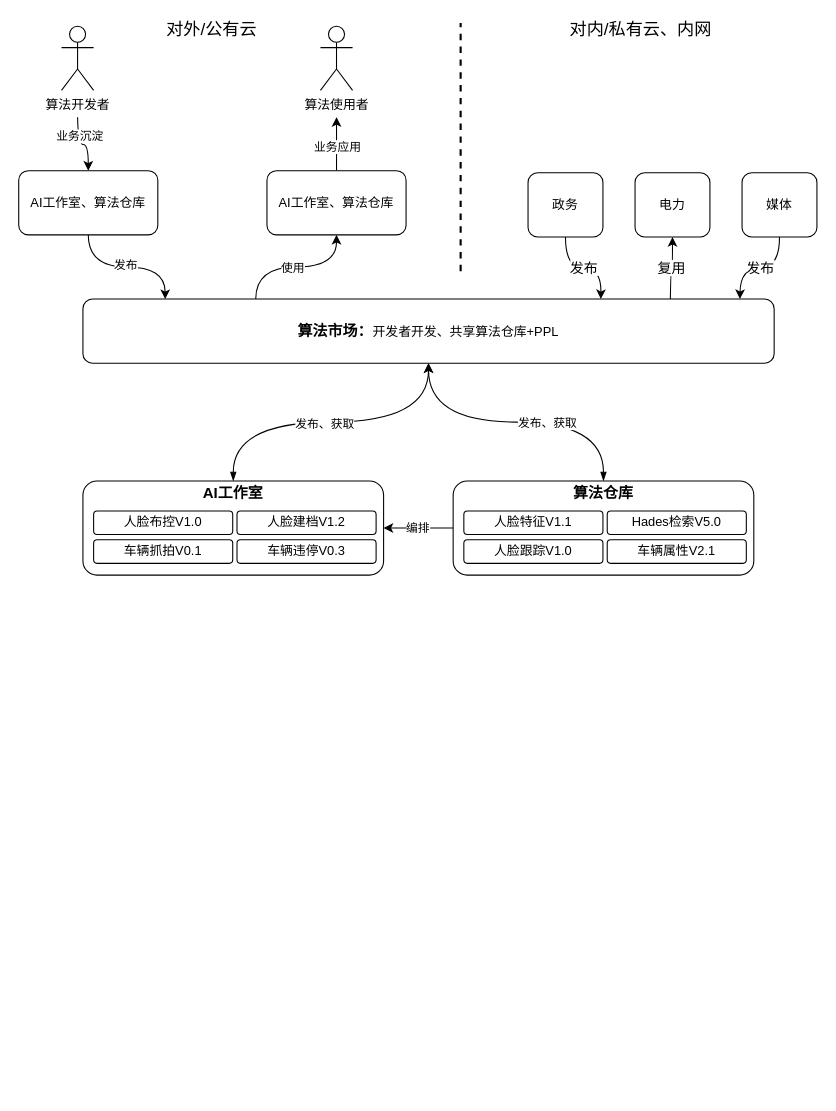
The draw.io diagram Copy of 算法市场.drawio in johnsondeng/drawio, before the edit. Source tidied: cells renumbered, new cells numbered last; positions are measured from the earlier drawing's top-left corner, leaving out a move shared by most shapes. Both pictures are drawn from the tidied source at 107%, with x=0, y=0 at pixel (18, 18).
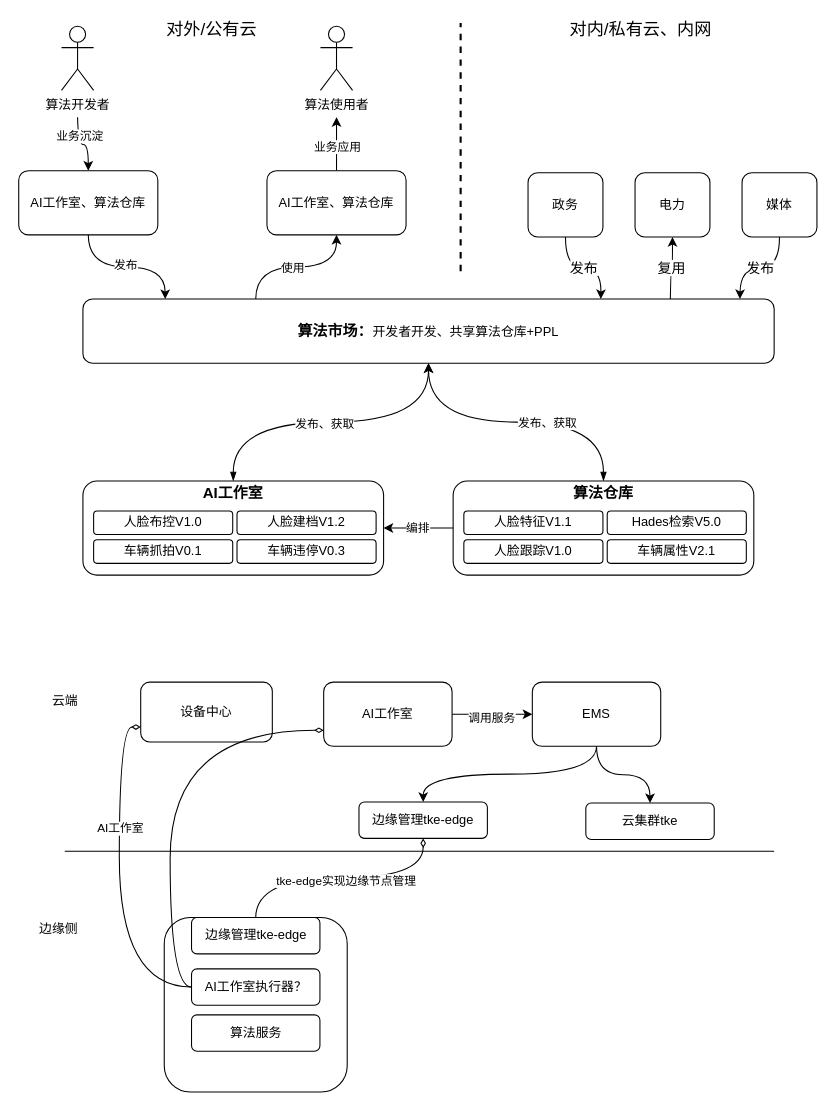
After the change.

The edit, as a diff of the source:
```diff
@@
+    <mxCell id="39" style="edgeStyle=orthogonalEdgeStyle;rounded=0;jettySize=auto;html=1;exitX=1;exitY=0.5;exitDx=0;exitDy=0;entryX=0;entryY=0.5;entryDx=0;entryDy=0;curved=1;" parent="1" edge="1" source="41" target="44">
+      <mxGeometry relative="1" as="geometry" />
+    </mxCell>
+    <mxCell id="40" value="调用服务" style="edgeLabel;html=1;align=center;verticalAlign=middle;" parent="39" vertex="1">
+      <mxGeometry x="-0.05" y="-3" relative="1" as="geometry" />
+    </mxCell>
+    <mxCell id="41" value="AI工作室" style="rounded=1;whiteSpace=wrap;html=1;" parent="1" vertex="1">
+      <mxGeometry x="285" y="620" width="120" height="60" as="geometry" />
+    </mxCell>
+    <mxCell id="42" style="edgeStyle=orthogonalEdgeStyle;curved=1;rounded=0;jettySize=auto;html=1;exitX=0.5;exitY=1;exitDx=0;exitDy=0;entryX=0.5;entryY=0;entryDx=0;entryDy=0;" parent="1" edge="1" source="44" target="53">
+      <mxGeometry relative="1" as="geometry" />
+    </mxCell>
+    <mxCell id="43" style="edgeStyle=orthogonalEdgeStyle;curved=1;rounded=0;jettySize=auto;html=1;exitX=0.5;exitY=1;exitDx=0;exitDy=0;entryX=0.5;entryY=0;entryDx=0;entryDy=0;" parent="1" edge="1" source="44" target="49">
+      <mxGeometry relative="1" as="geometry" />
+    </mxCell>
+    <mxCell id="44" value="EMS" style="rounded=1;whiteSpace=wrap;html=1;" parent="1" vertex="1">
+      <mxGeometry x="480" y="620" width="120" height="60" as="geometry" />
+    </mxCell>
+    <mxCell id="45" style="endArrow=none;html=1;" parent="1" edge="1">
+      <mxGeometry relative="1" as="geometry">
+        <mxPoint x="43" y="778" as="sourcePoint" />
+        <mxPoint x="706" y="778" as="targetPoint" />
+      </mxGeometry>
+    </mxCell>
+    <mxCell id="46" value="设备中心" style="rounded=1;whiteSpace=wrap;html=1;" parent="1" vertex="1">
+      <mxGeometry x="114" y="620" width="123" height="56" as="geometry" />
+    </mxCell>
+    <mxCell id="47" style="edgeStyle=orthogonalEdgeStyle;curved=1;rounded=0;jettySize=auto;html=1;exitX=0.5;exitY=0;exitDx=0;exitDy=0;entryX=0.5;entryY=1;entryDx=0;entryDy=0;endArrow=diamondThin;endFill=0;" parent="1" edge="1" source="51" target="49">
+      <mxGeometry relative="1" as="geometry" />
+    </mxCell>
+    <mxCell id="48" value="tke-edge实现边缘节点管理" style="edgeLabel;html=1;align=center;verticalAlign=middle;" parent="47" vertex="1">
+      <mxGeometry x="0.05" y="-2" relative="1" as="geometry" />
+    </mxCell>
+    <mxCell id="49" value="边缘管理tke-edge" style="rounded=1;whiteSpace=wrap;html=1;" parent="1" vertex="1">
+      <mxGeometry x="318" y="732" width="120" height="34" as="geometry" />
+    </mxCell>
+    <mxCell id="50" style="rounded=1;whiteSpace=wrap;html=1;" parent="1" vertex="1">
+      <mxGeometry x="136" y="840" width="171" height="163" as="geometry" />
+    </mxCell>
+    <mxCell id="51" value="边缘管理tke-edge" style="rounded=1;whiteSpace=wrap;html=1;" parent="1" vertex="1">
+      <mxGeometry x="161.5" y="840" width="120" height="34" as="geometry" />
+    </mxCell>
+    <mxCell id="52" value="算法服务" style="rounded=1;whiteSpace=wrap;html=1;" parent="1" vertex="1">
+      <mxGeometry x="161.5" y="931" width="120" height="34" as="geometry" />
+    </mxCell>
+    <mxCell id="53" value="云集群tke" style="rounded=1;whiteSpace=wrap;html=1;" parent="1" vertex="1">
+      <mxGeometry x="530" y="733" width="120" height="34" as="geometry" />
+    </mxCell>
+    <mxCell id="54" style="edgeStyle=orthogonalEdgeStyle;curved=1;rounded=0;jettySize=auto;html=1;exitX=0;exitY=0.5;exitDx=0;exitDy=0;entryX=0;entryY=0.75;entryDx=0;entryDy=0;endArrow=diamondThin;endFill=0;" parent="1" edge="1" source="57" target="46">
+      <mxGeometry relative="1" as="geometry" />
+    </mxCell>
+    <mxCell id="55" value="AI工作室" style="edgeLabel;html=1;align=center;verticalAlign=middle;" parent="54" vertex="1">
+      <mxGeometry x="0.31" relative="1" as="geometry" />
+    </mxCell>
+    <mxCell id="56" style="edgeStyle=orthogonalEdgeStyle;curved=1;rounded=0;jettySize=auto;html=1;exitX=0;exitY=0.5;exitDx=0;exitDy=0;entryX=0;entryY=0.75;entryDx=0;entryDy=0;endArrow=diamondThin;endFill=0;" parent="1" edge="1" source="57" target="41">
+      <mxGeometry relative="1" as="geometry" />
+    </mxCell>
+    <mxCell id="57" value="AI工作室执行器？" style="rounded=1;whiteSpace=wrap;html=1;" parent="1" vertex="1">
+      <mxGeometry x="161.5" y="888" width="120" height="34" as="geometry" />
+    </mxCell>
+    <mxCell id="58" value="云端" style="text;html=1;align=center;verticalAlign=middle;" parent="1" vertex="1">
+      <mxGeometry x="26" y="629" width="34" height="18" as="geometry" />
+    </mxCell>
+    <mxCell id="59" value="边缘侧" style="text;html=1;align=center;verticalAlign=middle;" parent="1" vertex="1">
+      <mxGeometry x="14" y="842" width="46" height="18" as="geometry" />
+    </mxCell>
```
